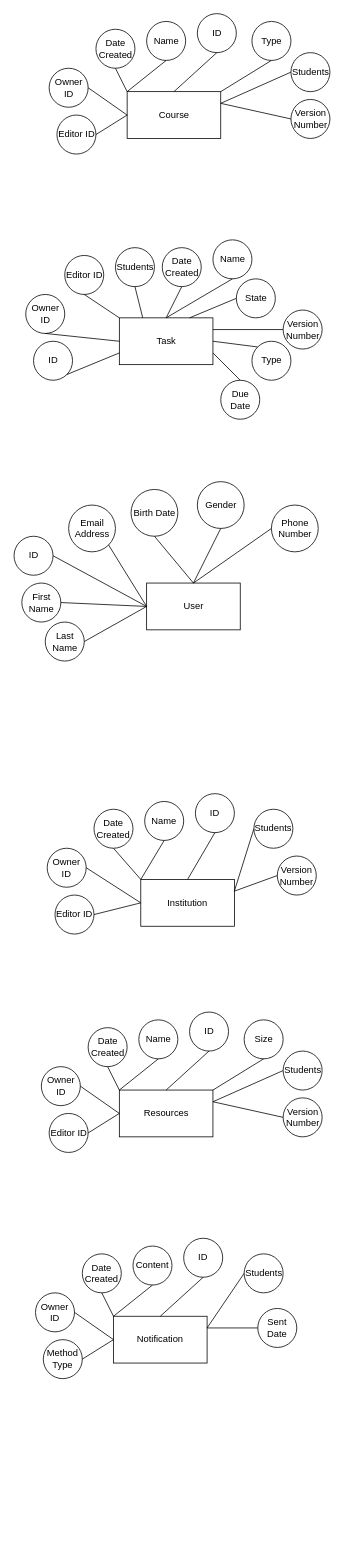
The draw.io diagram diagrams/db/DatabaseER.drawio in Apollo-LW/Apollo-LW, before the edit. Source tidied: cells renumbered, new cells numbered last; positions are measured from the earlier drawing's top-left corner, leaving out a move shared by most shapes. Both pictures are drawn from the tidied source at 78%, with x=0, y=0 at pixel (14, 13).
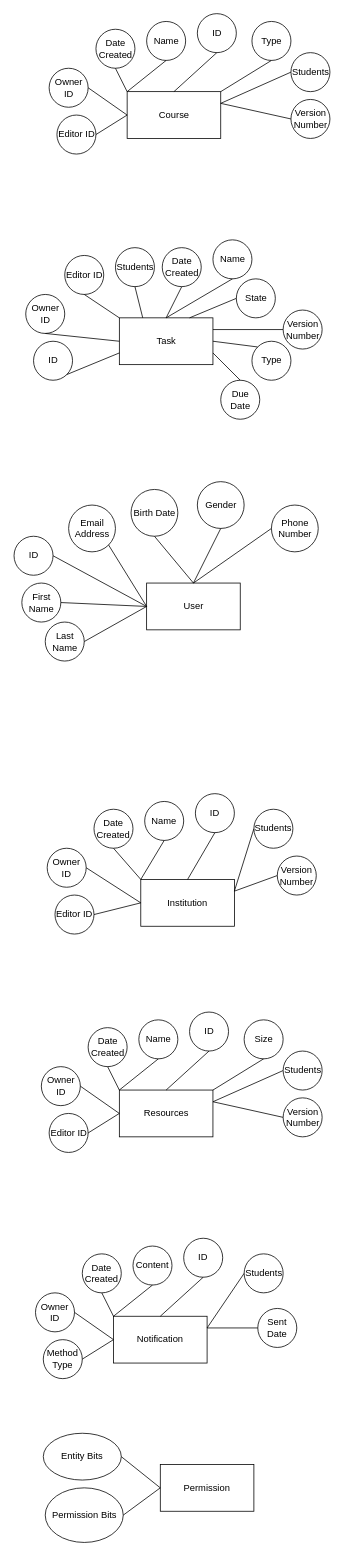
Above is the later version.

Commit message:
Add Permission Data Model

What changed in the source:
```diff
@@
+    <mxCell id="102" value="Permission" style="rounded=0;whiteSpace=wrap;html=1;" parent="1" vertex="1">
+      <mxGeometry x="187" y="1860" width="120" height="60" as="geometry" />
+    </mxCell>
+    <mxCell id="103" value="Entity Bits" style="ellipse;whiteSpace=wrap;html=1;" parent="1" vertex="1">
+      <mxGeometry x="37" y="1820" width="100" height="60" as="geometry" />
+    </mxCell>
+    <mxCell id="104" value="Permission Bits" style="ellipse;whiteSpace=wrap;html=1;" parent="1" vertex="1">
+      <mxGeometry x="39.5" y="1890" width="100" height="70" as="geometry" />
+    </mxCell>
+    <mxCell id="105" style="endArrow=none;html=1;rounded=0;exitX=1;exitY=0.5;exitDx=0;exitDy=0;entryX=0;entryY=0.5;entryDx=0;entryDy=0;" parent="1" edge="1" source="103" target="102">
+      <mxGeometry relative="1" as="geometry" />
+    </mxCell>
+    <mxCell id="106" style="endArrow=none;html=1;rounded=0;exitX=0;exitY=0.5;exitDx=0;exitDy=0;entryX=1;entryY=0.5;entryDx=0;entryDy=0;" parent="1" edge="1" source="102" target="104">
+      <mxGeometry relative="1" as="geometry" />
+    </mxCell>
```
